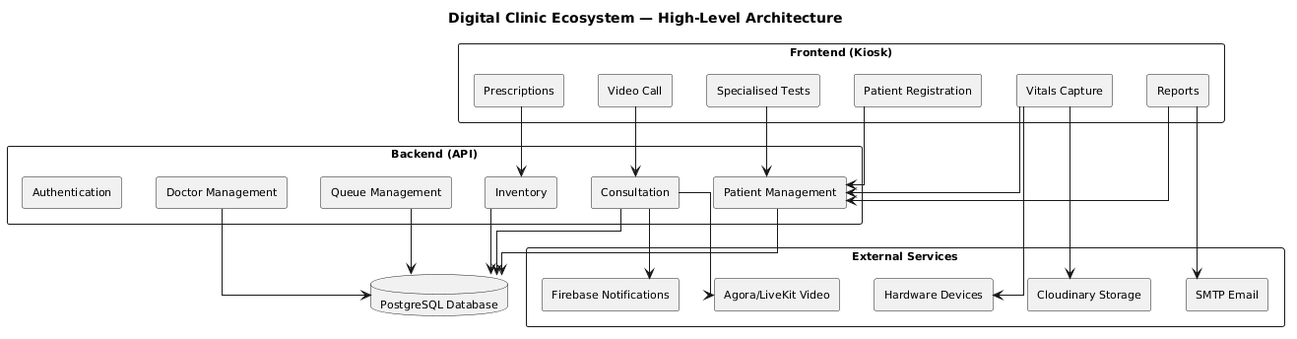
This is DB diagram/EZBifurcation_Stack_Diagram_Image.png from ezshifakiosk37/Digital_Clinic_Desktop, a PlantUML export, as it was before one commit. The source it was exported from:
```plantuml
@startuml
title Digital Clinic Ecosystem — High-Level Architecture

skinparam componentStyle rectangle
skinparam defaultFontSize 11
skinparam packageStyle rectangle
skinparam linetype ortho

package "Frontend (Kiosk)" {
  [Patient Registration] as Reg
  [Vitals Capture] as Vitals
  [Specialised Tests] as Tests
  [Video Call] as Video
  [Prescriptions] as Rx
  [Reports] as Reports
}

package "Backend (API)" {
  [Authentication] as Auth
  [Patient Management] as PatientMgt
  [Doctor Management] as DoctorMgt
  [Queue Management] as Queue
  [Consultation] as Consult
  [Inventory] as Inventory
}

database "PostgreSQL Database" as DB

package "External Services" {
  [Agora/LiveKit Video] as VideoSvc
  [Firebase Notifications] as NotifySvc
  [SMTP Email] as EmailSvc
  [Cloudinary Storage] as StorageSvc
  [Hardware Devices] as HardwareSvc
}

Reg --> PatientMgt
Vitals --> PatientMgt
Tests --> PatientMgt
Video --> Consult
Rx --> Inventory
Reports --> PatientMgt

PatientMgt --> DB
DoctorMgt --> DB
Queue --> DB
Consult --> DB
Inventory --> DB

Consult --> VideoSvc
Consult --> NotifySvc
Reports --> EmailSvc
Vitals --> StorageSvc
Vitals --> HardwareSvc
@enduml
```
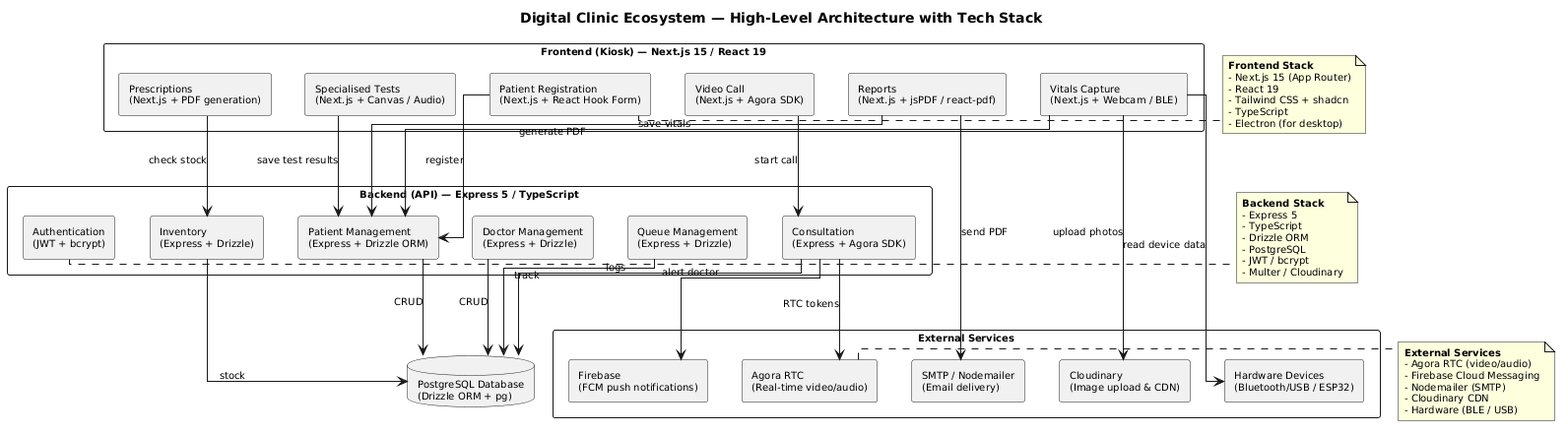
After the commit.

Diff of the diagram source:
```diff
@@ -1,55 +1,83 @@
 @startuml
-title Digital Clinic Ecosystem — High-Level Architecture
+title Digital Clinic Ecosystem — High-Level Architecture with Tech Stack
 
 skinparam componentStyle rectangle
-skinparam defaultFontSize 11
+skinparam defaultFontSize 10
 skinparam packageStyle rectangle
 skinparam linetype ortho
 
-package "Frontend (Kiosk)" {
-  [Patient Registration] as Reg
-  [Vitals Capture] as Vitals
-  [Specialised Tests] as Tests
-  [Video Call] as Video
-  [Prescriptions] as Rx
-  [Reports] as Reports
+package "Frontend (Kiosk) — Next.js 15 / React 19" {
+  [Patient Registration\n(Next.js + React Hook Form)] as Reg
+  [Vitals Capture\n(Next.js + Webcam / BLE)] as Vitals
+  [Specialised Tests\n(Next.js + Canvas / Audio)] as Tests
+  [Video Call\n(Next.js + Agora SDK)] as Video
+  [Prescriptions\n(Next.js + PDF generation)] as Rx
+  [Reports\n(Next.js + jsPDF / react-pdf)] as Reports
 }
 
-package "Backend (API)" {
-  [Authentication] as Auth
-  [Patient Management] as PatientMgt
-  [Doctor Management] as DoctorMgt
-  [Queue Management] as Queue
-  [Consultation] as Consult
-  [Inventory] as Inventory
+package "Backend (API) — Express 5 / TypeScript" {
+  [Authentication\n(JWT + bcrypt)] as Auth
+  [Patient Management\n(Express + Drizzle ORM)] as PatientMgt
+  [Doctor Management\n(Express + Drizzle)] as DoctorMgt
+  [Queue Management\n(Express + Drizzle)] as Queue
+  [Consultation\n(Express + Agora SDK)] as Consult
+  [Inventory\n(Express + Drizzle)] as Inventory
 }
 
-database "PostgreSQL Database" as DB
+database "PostgreSQL Database\n(Drizzle ORM + pg)" as DB
 
 package "External Services" {
-  [Agora/LiveKit Video] as VideoSvc
-  [Firebase Notifications] as NotifySvc
-  [SMTP Email] as EmailSvc
-  [Cloudinary Storage] as StorageSvc
-  [Hardware Devices] as HardwareSvc
+  [Agora RTC\n(Real-time video/audio)] as VideoSvc
+  [Firebase\n(FCM push notifications)] as NotifySvc
+  [SMTP / Nodemailer\n(Email delivery)] as EmailSvc
+  [Cloudinary\n(Image upload & CDN)] as StorageSvc
+  [Hardware Devices\n(Bluetooth/USB / ESP32)] as HardwareSvc
 }
 
-Reg --> PatientMgt
-Vitals --> PatientMgt
-Tests --> PatientMgt
-Video --> Consult
-Rx --> Inventory
-Reports --> PatientMgt
+Reg --> PatientMgt : "register"
+Vitals --> PatientMgt : "save vitals"
+Tests --> PatientMgt : "save test results"
+Video --> Consult : "start call"
+Rx --> Inventory : "check stock"
+Reports --> PatientMgt : "generate PDF"
 
-PatientMgt --> DB
-DoctorMgt --> DB
-Queue --> DB
-Consult --> DB
-Inventory --> DB
+PatientMgt --> DB : "CRUD"
+DoctorMgt --> DB : "CRUD"
+Queue --> DB : "track"
+Consult --> DB : "logs"
+Inventory --> DB : "stock"
 
-Consult --> VideoSvc
-Consult --> NotifySvc
-Reports --> EmailSvc
-Vitals --> StorageSvc
-Vitals --> HardwareSvc
+Consult --> VideoSvc : "RTC tokens"
+Consult --> NotifySvc : "alert doctor"
+Reports --> EmailSvc : "send PDF"
+Vitals --> StorageSvc : "upload photos"
+Vitals --> HardwareSvc : "read device data"
+
+note right of Reg
+  **Frontend Stack**
+  - Next.js 15 (App Router)
+  - React 19
+  - Tailwind CSS + shadcn
+  - TypeScript
+  - Electron (for desktop)
+end note
+
+note right of Auth
+  **Backend Stack**
+  - Express 5
+  - TypeScript
+  - Drizzle ORM
+  - PostgreSQL
+  - JWT / bcrypt
+  - Multer / Cloudinary
+end note
+
+note right of VideoSvc
+  **External Services**
+  - Agora RTC (video/audio)
+  - Firebase Cloud Messaging
+  - Nodemailer (SMTP)
+  - Cloudinary CDN
+  - Hardware (BLE / USB)
+end note
 @enduml
```
